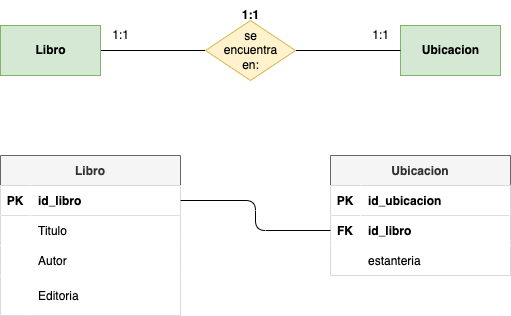
Earlier version of the draw.io export tareas/tarea-3/images/ejercicio1.drawio.png (deylansystem/actividadesBAE). Source tidied: cells renumbered, new cells last; positions are measured from the earlier drawing's top-left corner, leaving out a move shared by most shapes. Source of this version:
```xml
<mxGraphModel>
  <root>
    <mxCell id="0" />
    <mxCell id="1" parent="0" />
    <mxCell id="2" style="edgeStyle=none;html=1;exitX=1;exitY=0.5;exitDx=0;exitDy=0;entryX=0;entryY=0.5;entryDx=0;entryDy=0;endArrow=none;endFill=0;" parent="1" edge="1" source="3" target="6">
      <mxGeometry relative="1" as="geometry" />
    </mxCell>
    <mxCell id="3" value="&lt;b&gt;&lt;font color=&quot;#000000&quot;&gt;Libro&lt;/font&gt;&lt;/b&gt;" style="html=1;dashed=0;whitespace=wrap;fillColor=#d5e8d4;strokeColor=#82b366;" parent="1" vertex="1">
      <mxGeometry y="25" width="100" height="50" as="geometry" />
    </mxCell>
    <mxCell id="4" value="&lt;b&gt;&lt;font color=&quot;#000000&quot;&gt;Ubicacion&lt;/font&gt;&lt;/b&gt;" style="html=1;dashed=0;whitespace=wrap;fillColor=#d5e8d4;strokeColor=#82b366;" parent="1" vertex="1">
      <mxGeometry x="400" y="25" width="100" height="50" as="geometry" />
    </mxCell>
    <mxCell id="5" style="edgeStyle=none;html=1;exitX=1;exitY=0.5;exitDx=0;exitDy=0;entryX=0;entryY=0.5;entryDx=0;entryDy=0;endArrow=none;endFill=0;" parent="1" edge="1" source="6" target="4">
      <mxGeometry relative="1" as="geometry" />
    </mxCell>
    <mxCell id="6" value="&lt;font color=&quot;#000000&quot;&gt;se &lt;br&gt;encuentra &lt;br&gt;en:&lt;/font&gt;" style="shape=rhombus;html=1;dashed=0;whitespace=wrap;perimeter=rhombusPerimeter;fillColor=#fff2cc;strokeColor=#d6b656;" parent="1" vertex="1">
      <mxGeometry x="205" y="20" width="90" height="60" as="geometry" />
    </mxCell>
    <mxCell id="7" value="&lt;b&gt;1:1&lt;/b&gt;" style="text;html=1;align=center;verticalAlign=middle;strokeColor=none;fillColor=none;" parent="1" vertex="1">
      <mxGeometry x="230" width="40" height="30" as="geometry" />
    </mxCell>
    <mxCell id="8" value="1:1" style="text;html=1;align=center;verticalAlign=middle;strokeColor=none;fillColor=none;" parent="1" vertex="1">
      <mxGeometry x="100" y="20" width="40" height="30" as="geometry" />
    </mxCell>
    <mxCell id="9" value="1:1" style="text;html=1;align=center;verticalAlign=middle;strokeColor=none;fillColor=none;" parent="1" vertex="1">
      <mxGeometry x="360" y="20" width="40" height="30" as="geometry" />
    </mxCell>
    <mxCell id="10" value="Libro" style="shape=table;startSize=30;rowLines=0;fontStyle=1;align=center;fillColor=#f5f5f5;strokeColor=#666666;fontColor=#333333;" parent="1" vertex="1">
      <mxGeometry y="155" width="180" height="160" as="geometry" />
    </mxCell>
    <mxCell id="11" style="shape=tableRow;horizontal=0;startSize=0;swimlaneHead=0;swimlaneBody=0;fillColor=#FFFFFF;points=[[0,0.5],[1,0.5]];portConstraint=eastwest;top=0;left=0;right=0;bottom=1;fontColor=#000000;" parent="10" vertex="1">
      <mxGeometry y="30" width="180" height="30" as="geometry" />
    </mxCell>
    <mxCell id="12" value="PK" style="shape=partialRectangle;fillColor=#FFFFFF;top=0;left=0;bottom=0;right=0;fontStyle=1;overflow=hidden;fontColor=#000000;" parent="11" vertex="1">
      <mxGeometry width="30" height="30" as="geometry" />
    </mxCell>
    <mxCell id="13" value="id_libro" style="shape=partialRectangle;fillColor=#FFFFFF;top=0;left=0;bottom=0;right=0;align=left;spacingLeft=6;fontStyle=1;overflow=hidden;fontColor=#000000;" parent="11" vertex="1">
      <mxGeometry x="30" width="150" height="30" as="geometry" />
    </mxCell>
    <mxCell id="14" style="shape=tableRow;horizontal=0;startSize=0;swimlaneHead=0;swimlaneBody=0;fillColor=#FFFFFF;top=0;left=0;right=0;bottom=0;fontColor=#000000;" parent="10" vertex="1">
      <mxGeometry y="60" width="180" height="30" as="geometry" />
    </mxCell>
    <mxCell id="15" style="shape=partialRectangle;fillColor=#FFFFFF;top=0;left=0;bottom=0;right=0;overflow=hidden;fontColor=#000000;" parent="14" vertex="1">
      <mxGeometry width="30" height="30" as="geometry" />
    </mxCell>
    <mxCell id="16" value="Titulo" style="shape=partialRectangle;fillColor=#FFFFFF;top=0;left=0;bottom=0;right=0;align=left;spacingLeft=6;overflow=hidden;fontColor=#000000;" parent="14" vertex="1">
      <mxGeometry x="30" width="150" height="30" as="geometry" />
    </mxCell>
    <mxCell id="17" style="shape=tableRow;horizontal=0;startSize=0;swimlaneHead=0;swimlaneBody=0;fillColor=#FFFFFF;top=0;left=0;right=0;bottom=0;fontColor=#000000;" parent="10" vertex="1">
      <mxGeometry y="90" width="180" height="30" as="geometry" />
    </mxCell>
    <mxCell id="18" style="shape=partialRectangle;fillColor=#FFFFFF;top=0;left=0;bottom=0;right=0;overflow=hidden;fontColor=#000000;" parent="17" vertex="1">
      <mxGeometry width="30" height="30" as="geometry" />
    </mxCell>
    <mxCell id="19" value="Autor" style="shape=partialRectangle;fillColor=#FFFFFF;top=0;left=0;bottom=0;right=0;align=left;spacingLeft=6;overflow=hidden;fontColor=#000000;" parent="17" vertex="1">
      <mxGeometry x="30" width="150" height="30" as="geometry" />
    </mxCell>
    <mxCell id="20" style="shape=tableRow;horizontal=0;startSize=0;swimlaneHead=0;swimlaneBody=0;fillColor=#FFFFFF;top=0;left=0;right=0;bottom=0;fontColor=#000000;" parent="10" vertex="1">
      <mxGeometry y="120" width="180" height="40" as="geometry" />
    </mxCell>
    <mxCell id="21" style="shape=partialRectangle;fillColor=#FFFFFF;top=0;left=0;bottom=0;right=0;overflow=hidden;fontColor=#000000;" parent="20" vertex="1">
      <mxGeometry width="30" height="40" as="geometry" />
    </mxCell>
    <mxCell id="22" value="Editoria" style="shape=partialRectangle;fillColor=#FFFFFF;top=0;left=0;bottom=0;right=0;align=left;spacingLeft=6;overflow=hidden;fontColor=#000000;" parent="20" vertex="1">
      <mxGeometry x="30" width="150" height="40" as="geometry" />
    </mxCell>
    <mxCell id="23" value="Ubicacion" style="shape=table;startSize=30;rowLines=0;fontStyle=1;align=center;fontColor=#333333;fillColor=#f5f5f5;strokeColor=#666666;" parent="1" vertex="1">
      <mxGeometry x="330" y="155" width="180" height="120" as="geometry" />
    </mxCell>
    <mxCell id="24" style="shape=tableRow;horizontal=0;startSize=0;swimlaneHead=0;swimlaneBody=0;fillColor=#FFFFFF;top=0;left=0;right=0;bottom=1;fontColor=#000000;" parent="23" vertex="1">
      <mxGeometry y="30" width="180" height="30" as="geometry" />
    </mxCell>
    <mxCell id="25" value="PK" style="shape=partialRectangle;fillColor=#FFFFFF;top=0;left=0;bottom=0;right=0;fontStyle=1;overflow=hidden;fontColor=#000000;" parent="24" vertex="1">
      <mxGeometry width="30" height="30" as="geometry" />
    </mxCell>
    <mxCell id="26" value="id_ubicacion" style="shape=partialRectangle;fillColor=#FFFFFF;top=0;left=0;bottom=0;right=0;align=left;spacingLeft=6;fontStyle=1;overflow=hidden;fontColor=#000000;" parent="24" vertex="1">
      <mxGeometry x="30" width="150" height="30" as="geometry" />
    </mxCell>
    <mxCell id="27" style="shape=tableRow;horizontal=0;startSize=0;swimlaneHead=0;swimlaneBody=0;fillColor=#FFFFFF;points=[[0,0.5],[1,0.5]];portConstraint=eastwest;top=0;left=0;right=0;bottom=0;fontColor=#000000;" parent="23" vertex="1">
      <mxGeometry y="60" width="180" height="30" as="geometry" />
    </mxCell>
    <mxCell id="28" value="FK" style="shape=partialRectangle;fillColor=#FFFFFF;top=0;left=0;bottom=0;right=0;overflow=hidden;fontColor=#000000;fontStyle=1;" parent="27" vertex="1">
      <mxGeometry width="30" height="30" as="geometry" />
    </mxCell>
    <mxCell id="29" value="id_libro" style="shape=partialRectangle;fillColor=#FFFFFF;top=0;left=0;bottom=0;right=0;align=left;spacingLeft=6;overflow=hidden;fontColor=#000000;fontStyle=1;" parent="27" vertex="1">
      <mxGeometry x="30" width="150" height="30" as="geometry" />
    </mxCell>
    <mxCell id="30" style="shape=tableRow;horizontal=0;startSize=0;swimlaneHead=0;swimlaneBody=0;fillColor=#FFFFFF;top=0;left=0;right=0;bottom=0;fontColor=#000000;" parent="23" vertex="1">
      <mxGeometry y="90" width="180" height="30" as="geometry" />
    </mxCell>
    <mxCell id="31" style="shape=partialRectangle;fillColor=#FFFFFF;top=0;left=0;bottom=0;right=0;overflow=hidden;fontColor=#000000;" parent="30" vertex="1">
      <mxGeometry width="30" height="30" as="geometry" />
    </mxCell>
    <mxCell id="32" value="estanteria" style="shape=partialRectangle;fillColor=#FFFFFF;top=0;left=0;bottom=0;right=0;align=left;spacingLeft=6;overflow=hidden;fontColor=#000000;" parent="30" vertex="1">
      <mxGeometry x="30" width="150" height="30" as="geometry" />
    </mxCell>
    <mxCell id="33" style="edgeStyle=orthogonalEdgeStyle;html=1;exitX=1;exitY=0.5;exitDx=0;exitDy=0;entryX=0;entryY=0.5;entryDx=0;entryDy=0;fontColor=#000000;endArrow=none;endFill=0;" parent="1" edge="1" source="11" target="27">
      <mxGeometry relative="1" as="geometry" />
    </mxCell>
  </root>
</mxGraphModel>
```
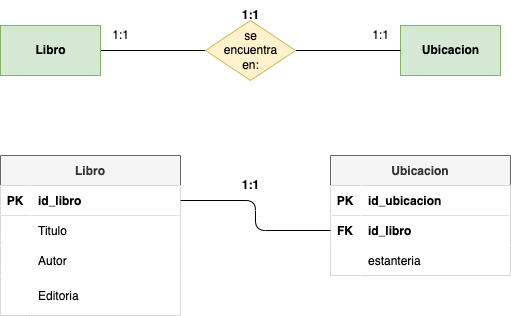
After the change.

The edit, as a diff of the source:
```diff
@@ -98,5 +98,8 @@
     <mxCell id="33" style="edgeStyle=orthogonalEdgeStyle;html=1;exitX=1;exitY=0.5;exitDx=0;exitDy=0;entryX=0;entryY=0.5;entryDx=0;entryDy=0;fontColor=#000000;endArrow=none;endFill=0;" parent="1" edge="1" source="11" target="27">
       <mxGeometry relative="1" as="geometry" />
     </mxCell>
+    <mxCell id="34" value="1:1&lt;br&gt;" style="text;html=1;align=center;verticalAlign=middle;strokeColor=none;fillColor=none;fontStyle=1;" parent="1" vertex="1">
+      <mxGeometry x="230" y="170" width="40" height="30" as="geometry" />
+    </mxCell>
   </root>
 </mxGraphModel>
```
